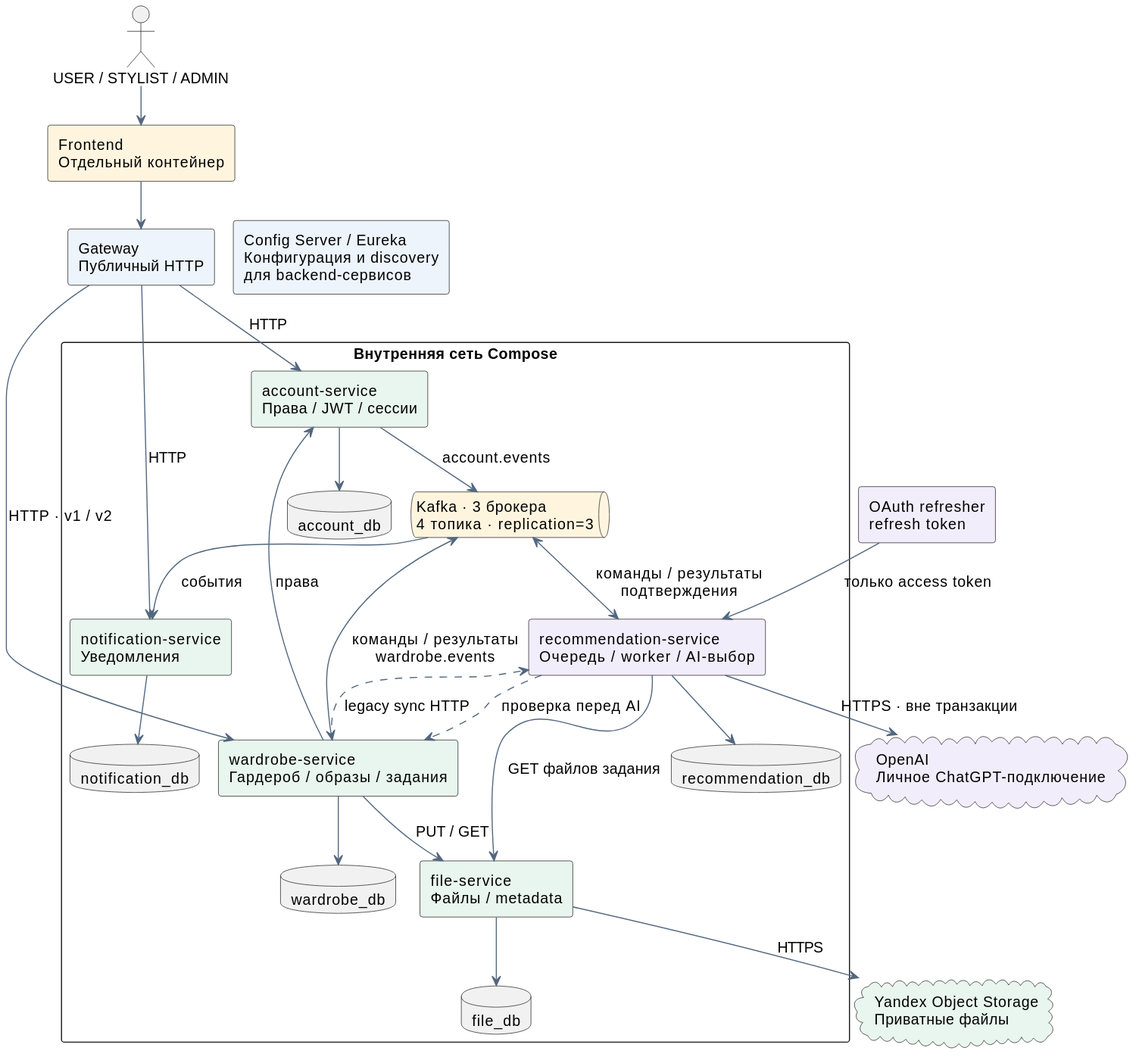
This is docs/lab4/diagrams/components.svg from SimeonGor/clothes-advisor, a PlantUML export, as it was before one commit. Its source is kept beside it as docs/lab4/diagrams/components.puml. Its diagram source:
```plantuml
@startuml components
!pragma layout smetana
skinparam backgroundColor #FFFFFF
skinparam defaultFontName SansSerif
skinparam defaultFontSize 14
skinparam shadowing false
skinparam componentStyle rectangle
skinparam packageStyle rectangle
skinparam nodesep 45
skinparam ranksep 55
skinparam ArrowColor #52677F
actor "USER / STYLIST / ADMIN" as user
component "Frontend\nОтдельный контейнер" as ui #FFF5DF
component "Gateway\nПубличный HTTP" as gw #EDF4FB
rectangle "Внутренняя сеть Compose" {
  component "account-service\nПрава / JWT / сессии" as account #E9F5EF
  component "wardrobe-service\nГардероб / образы / задания" as wardrobe #E9F5EF
  component "notification-service\nУведомления" as notify #E9F5EF
  queue "Kafka · 3 брокера\n4 топика · replication=3" as kafka #FFF5DF
  component "recommendation-service\nОчередь / worker / AI-выбор" as rec #F2EDFB
  component "file-service\nФайлы / metadata" as files #E9F5EF
  database "account_db" as adb
  database "wardrobe_db" as wdb
  database "notification_db" as ndb
  database "recommendation_db" as rdb
  database "file_db" as fdb
}
component "Config Server / Eureka\nКонфигурация и discovery\nдля backend-сервисов" as infra #EDF4FB
component "OAuth refresher\nrefresh token" as oauth #F2EDFB
cloud "OpenAI\nЛичное ChatGPT-подключение" as ai #F2EDFB
cloud "Yandex Object Storage\nПриватные файлы" as s3 #E9F5EF
user --> ui
ui --> gw
gw --> account : HTTP
gw --> wardrobe : HTTP · v1 / v2
gw --> notify : HTTP
wardrobe --> account : права
account --> adb
wardrobe --> wdb
notify --> ndb
account --> kafka : account.events
wardrobe <--> kafka : команды / результаты\nwardrobe.events
kafka --> notify : события
kafka <--> rec : команды / результаты\nподтверждения
rec --> rdb
wardrobe --> files : PUT / GET
rec --> files : GET файлов задания
rec ..> wardrobe : проверка перед AI
wardrobe ..> rec : legacy sync HTTP
files --> fdb
files --> s3 : HTTPS
rec --> ai : HTTPS · вне транзакции
oauth --> rec : только access token
infra -[hidden]-> account
@enduml
```
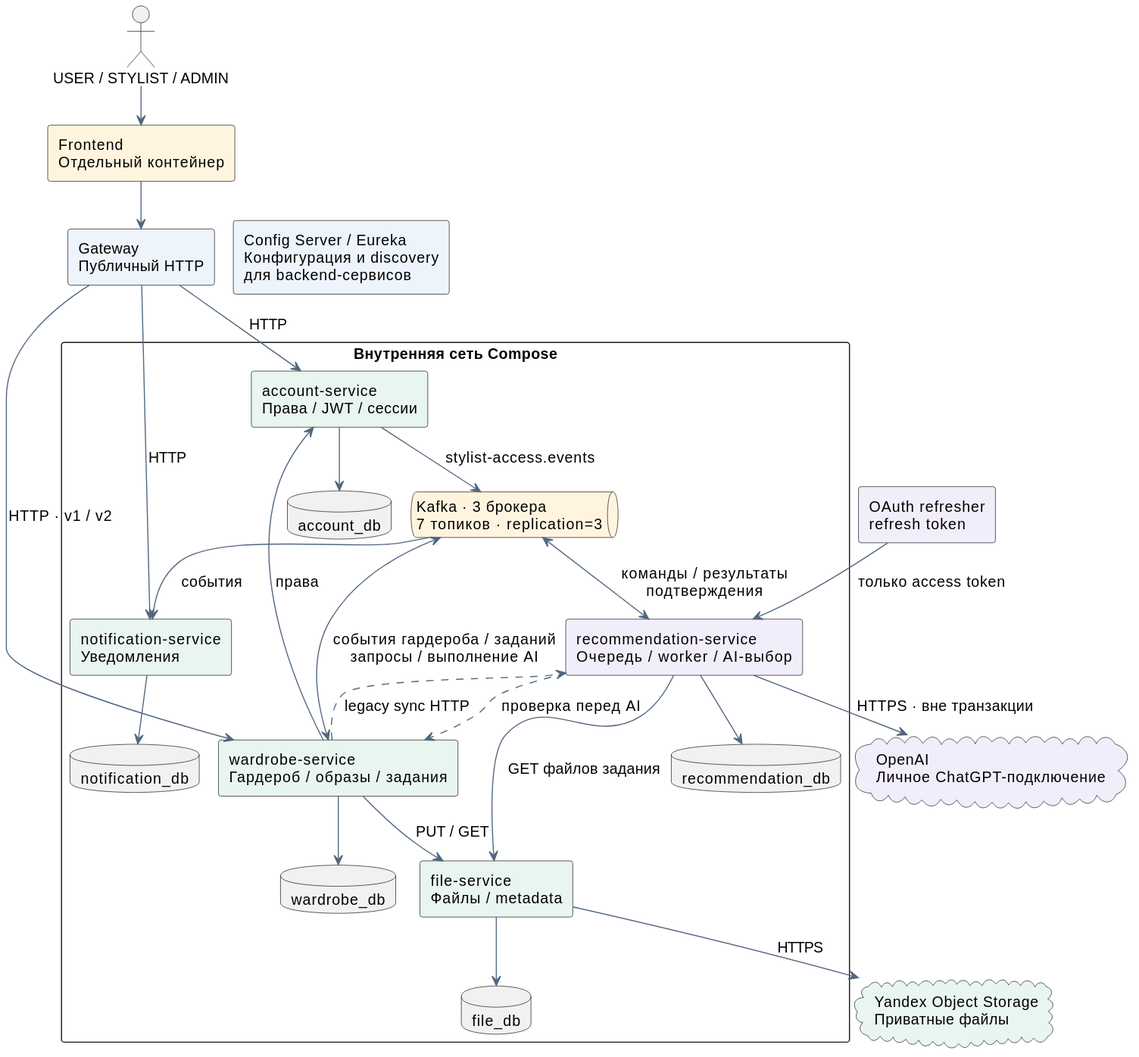
After the commit.

Change to the diagram source:
```diff
@@ -16,7 +16,7 @@
   component "account-service\nПрава / JWT / сессии" as account #E9F5EF
   component "wardrobe-service\nГардероб / образы / задания" as wardrobe #E9F5EF
   component "notification-service\nУведомления" as notify #E9F5EF
-  queue "Kafka · 3 брокера\n4 топика · replication=3" as kafka #FFF5DF
+  queue "Kafka · 3 брокера\n7 топиков · replication=3" as kafka #FFF5DF
   component "recommendation-service\nОчередь / worker / AI-выбор" as rec #F2EDFB
   component "file-service\nФайлы / metadata" as files #E9F5EF
   database "account_db" as adb
@@ -38,8 +38,8 @@
 account --> adb
 wardrobe --> wdb
 notify --> ndb
-account --> kafka : account.events
-wardrobe <--> kafka : команды / результаты\nwardrobe.events
+account --> kafka : stylist-access.events
+wardrobe <--> kafka : события гардероба / заданий\nзапросы / выполнение AI
 kafka --> notify : события
 kafka <--> rec : команды / результаты\nподтверждения
 rec --> rdb
```
